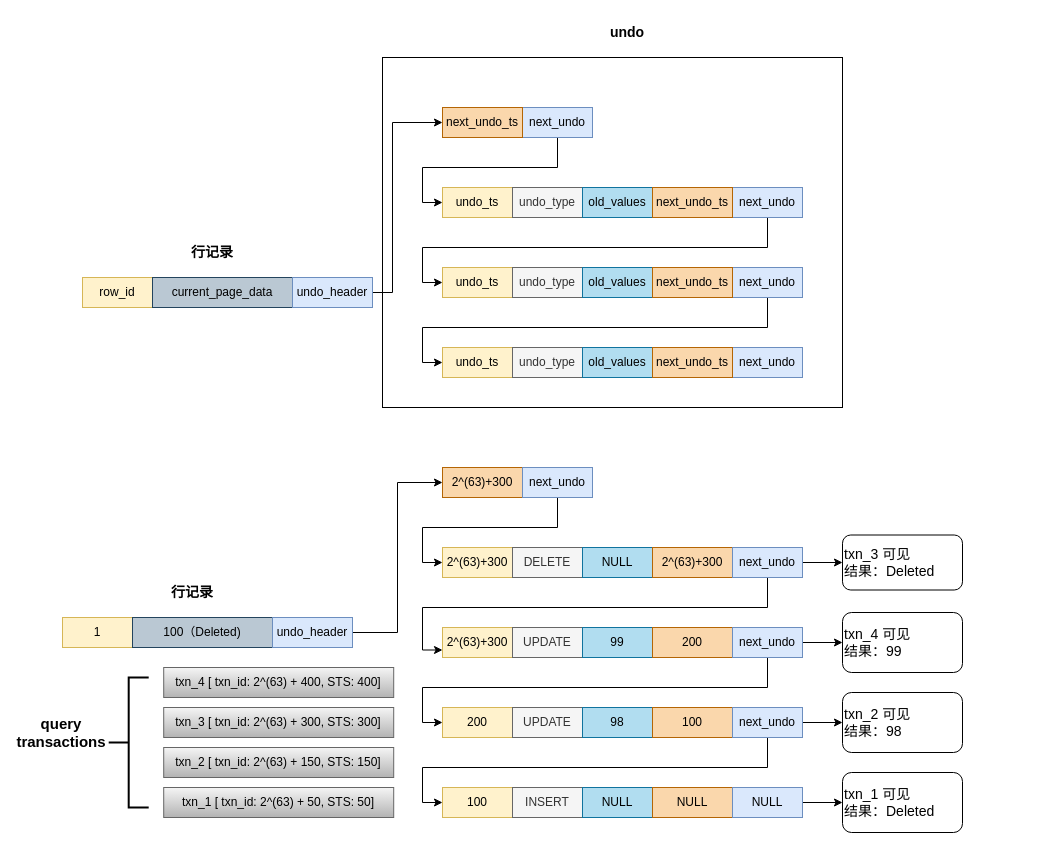
Above: 未命名绘图34.drawio in eeyyee/flowchart (draw.io), before the change. Source tidied: cells renumbered, new cells numbered last; positions are measured from the earlier drawing's top-left corner, leaving out a move shared by most shapes. Both pictures are drawn from the tidied source at 100%, with x=0, y=0 at pixel (31, 17).
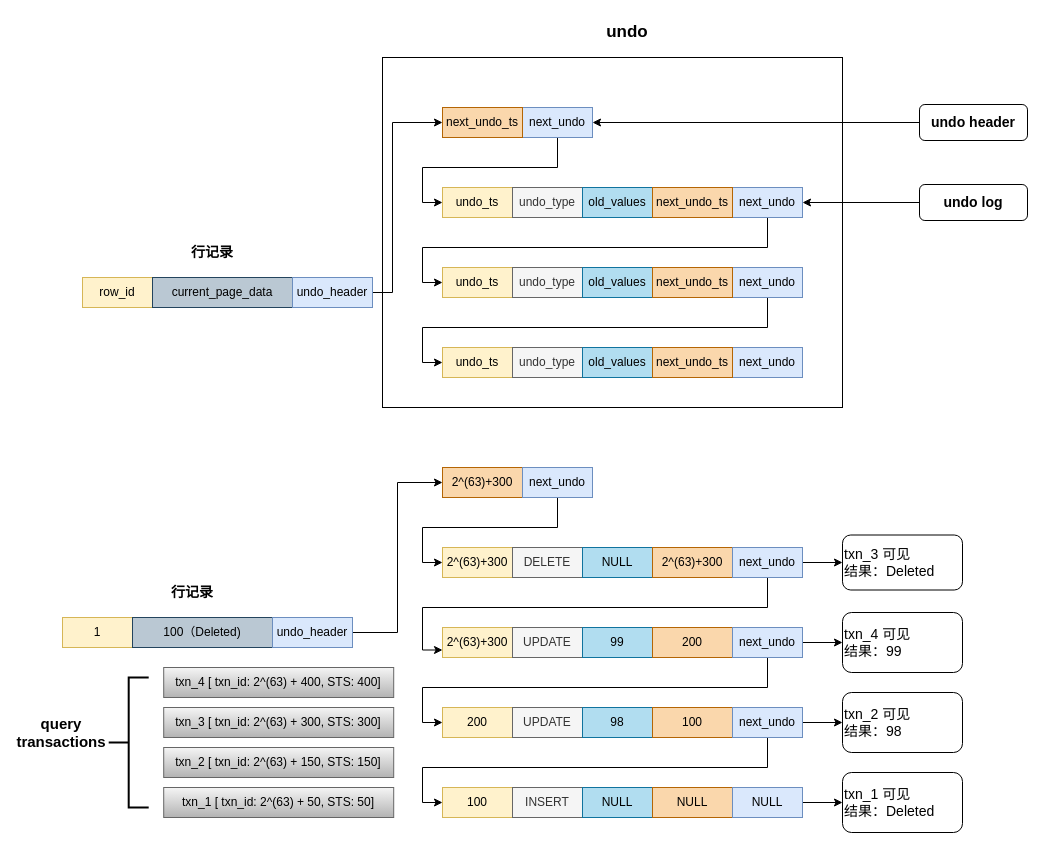
After the change.

Commit message:
更新未命名绘图34.drawio

The change refers to these unchanged cells:
```xml
<mxCell id="11" value="next_undo" style="rounded=0;whiteSpace=wrap;html=1;fillColor=#dae8fc;strokeColor=#6c8ebf;" parent="1" vertex="1">
  <mxGeometry x="701" y="170" width="70" height="30" as="geometry" />
</mxCell>
<mxCell id="22" value="next_undo" style="rounded=0;whiteSpace=wrap;html=1;fillColor=#dae8fc;strokeColor=#6c8ebf;" parent="1" vertex="1">
  <mxGeometry x="491" y="90" width="70" height="30" as="geometry" />
</mxCell>
```

The edit, as a diff of the source:
```diff
@@
-    <mxCell id="28" value="&lt;font style=&quot;font-size: 14px;&quot;&gt;&lt;b&gt;undo&lt;/b&gt;&lt;/font&gt;" style="text;html=1;align=center;verticalAlign=middle;whiteSpace=wrap;rounded=0;" parent="1" vertex="1">
+    <mxCell id="28" value="&lt;font style=&quot;font-size: 17px;&quot;&gt;&lt;b style=&quot;&quot;&gt;undo&lt;/b&gt;&lt;/font&gt;" style="text;html=1;align=center;verticalAlign=middle;whiteSpace=wrap;rounded=0;" parent="1" vertex="1">
       <mxGeometry x="521" width="150" height="30" as="geometry" />
     </mxCell>
@@
+    <mxCell id="74" style="edgeStyle=orthogonalEdgeStyle;rounded=0;jettySize=auto;html=1;" parent="1" edge="1" source="75" target="22">
+      <mxGeometry relative="1" as="geometry" />
+    </mxCell>
+    <mxCell id="75" value="&lt;font style=&quot;font-size: 14px;&quot;&gt;&lt;b&gt;undo header&lt;/b&gt;&lt;/font&gt;" style="rounded=1;whiteSpace=wrap;html=1;" parent="1" vertex="1">
+      <mxGeometry x="888" y="87" width="108" height="36" as="geometry" />
+    </mxCell>
+    <mxCell id="76" style="edgeStyle=orthogonalEdgeStyle;rounded=0;jettySize=auto;html=1;" parent="1" edge="1" source="77" target="11">
+      <mxGeometry relative="1" as="geometry" />
+    </mxCell>
+    <mxCell id="77" value="&lt;font style=&quot;font-size: 14px;&quot;&gt;&lt;b&gt;undo log&lt;/b&gt;&lt;/font&gt;" style="rounded=1;whiteSpace=wrap;html=1;" parent="1" vertex="1">
+      <mxGeometry x="888" y="167" width="108" height="36" as="geometry" />
+    </mxCell>
```
